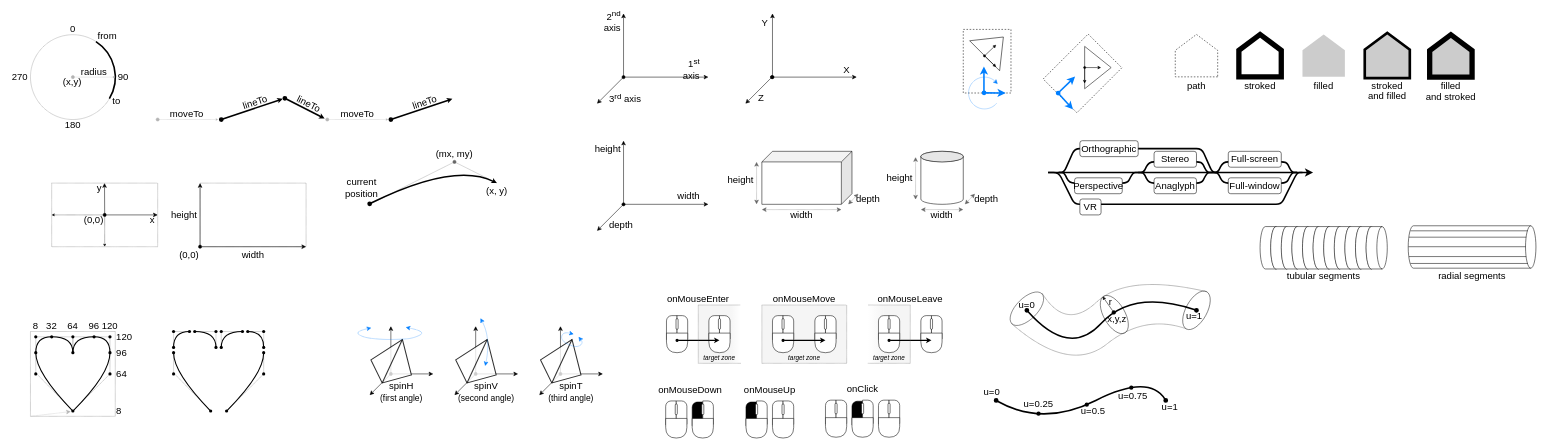
This is docs/images/images.drawio from boytchev/suica, a draw.io file, before an edit. Source tidied: cells renumbered, new cells numbered last; positions are measured from the earlier drawing's top-left corner, leaving out a move shared by most shapes. Both pictures are drawn from the tidied source at 53%, with x=0, y=0 at pixel (9, 13).
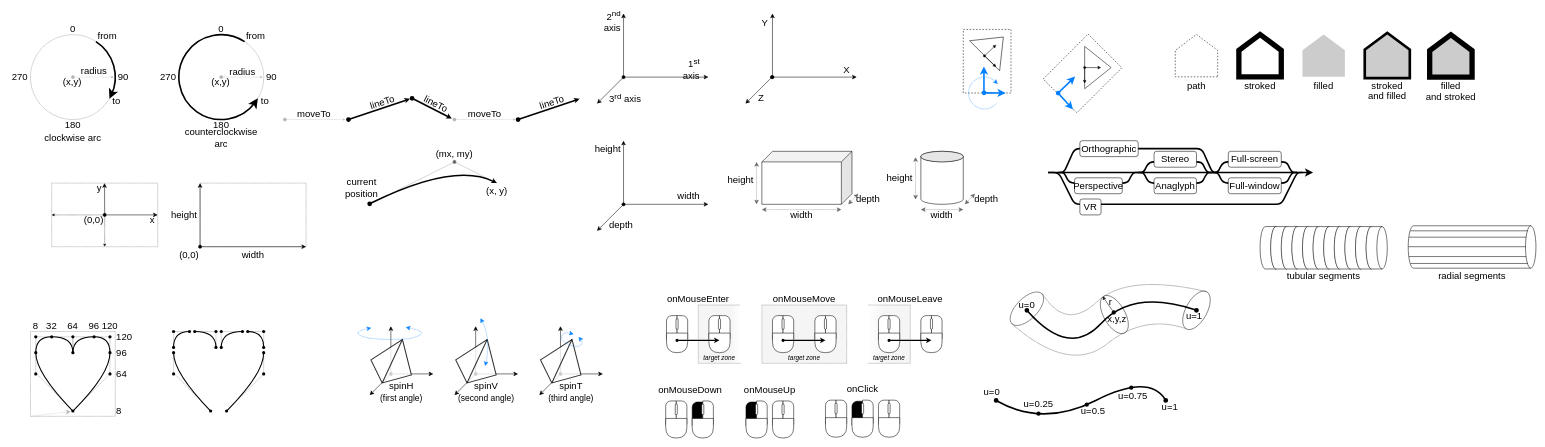
The same page after the edit.

What changed in the source:
```diff
@@
     <mxCell id="97" style="endArrow=classic;html=1;endFill=1;startArrow=oval;startFill=1;rounded=0;endSize=1;strokeWidth=3;" parent="1" edge="1">
       <mxGeometry relative="1" as="geometry">
-        <mxPoint x="400" y="200" as="sourcePoint" />
-        <mxPoint x="516" y="161" as="targetPoint" />
+        <mxPoint x="640" y="200" as="sourcePoint" />
+        <mxPoint x="756" y="161" as="targetPoint" />
       </mxGeometry>
     </mxCell>
     <mxCell id="98" style="endArrow=classic;html=1;endFill=1;startArrow=oval;startFill=1;rounded=0;endSize=1;strokeWidth=3;" parent="1" edge="1">
       <mxGeometry relative="1" as="geometry">
-        <mxPoint x="520" y="160" as="sourcePoint" />
-        <mxPoint x="595" y="198" as="targetPoint" />
+        <mxPoint x="760" y="160" as="sourcePoint" />
+        <mxPoint x="835" y="198" as="targetPoint" />
       </mxGeometry>
     </mxCell>
     <mxCell id="99" style="endArrow=oval;dashed=1;html=1;dashPattern=1 1;strokeColor=#B3B3B3;rounded=0;endFill=1;startArrow=classic;startFill=1;endSize=6;startSize=2;" parent="1" edge="1">
       <mxGeometry relative="1" as="geometry">
-        <mxPoint x="394" y="200" as="sourcePoint" />
-        <mxPoint x="280" y="200" as="targetPoint" />
+        <mxPoint x="634" y="200" as="sourcePoint" />
+        <mxPoint x="520" y="200" as="targetPoint" />
       </mxGeometry>
     </mxCell>
     <mxCell id="100" value="moveTo" style="text;html=1;strokeColor=none;fillColor=none;align=center;verticalAlign=middle;whiteSpace=wrap;rounded=0;fontFamily=Calibri;fontSize=18;rotation=0;" parent="1" vertex="1">
-      <mxGeometry x="300" y="174" width="70" height="30" as="geometry" />
+      <mxGeometry x="540" y="174" width="70" height="30" as="geometry" />
     </mxCell>
     <mxCell id="101" value="lineTo" style="text;html=1;strokeColor=none;fillColor=none;align=center;verticalAlign=middle;whiteSpace=wrap;rounded=0;fontFamily=Calibri;fontSize=18;rotation=-18;" parent="1" vertex="1">
-      <mxGeometry x="429" y="153" width="70" height="30" as="geometry" />
+      <mxGeometry x="669" y="153" width="70" height="30" as="geometry" />
     </mxCell>
     <mxCell id="102" value="lineTo" style="text;html=1;strokeColor=none;fillColor=none;align=center;verticalAlign=middle;whiteSpace=wrap;rounded=0;fontFamily=Calibri;fontSize=18;rotation=26.700000000000003;" parent="1" vertex="1">
-      <mxGeometry x="530" y="156" width="70" height="30" as="geometry" />
+      <mxGeometry x="770" y="156" width="70" height="30" as="geometry" />
     </mxCell>
     <mxCell id="103" style="endArrow=oval;dashed=1;html=1;dashPattern=1 1;strokeColor=#B3B3B3;rounded=0;endFill=1;startArrow=classic;startFill=1;endSize=6;startSize=2;" parent="1" edge="1">
       <mxGeometry relative="1" as="geometry">
-        <mxPoint x="715" y="200" as="sourcePoint" />
-        <mxPoint x="600" y="200" as="targetPoint" />
+        <mxPoint x="955" y="200" as="sourcePoint" />
+        <mxPoint x="840" y="200" as="targetPoint" />
       </mxGeometry>
     </mxCell>
     <mxCell id="104" value="moveTo" style="text;html=1;strokeColor=none;fillColor=none;align=center;verticalAlign=middle;whiteSpace=wrap;rounded=0;fontFamily=Calibri;fontSize=18;rotation=0;" parent="1" vertex="1">
-      <mxGeometry x="622" y="174" width="70" height="30" as="geometry" />
+      <mxGeometry x="862" y="174" width="70" height="30" as="geometry" />
     </mxCell>
     <mxCell id="105" value="lineTo" style="text;html=1;strokeColor=none;fillColor=none;align=center;verticalAlign=middle;whiteSpace=wrap;rounded=0;fontFamily=Calibri;fontSize=18;rotation=-18;" parent="1" vertex="1">
-      <mxGeometry x="749" y="153" width="70" height="30" as="geometry" />
+      <mxGeometry x="989" y="153" width="70" height="30" as="geometry" />
     </mxCell>
     <mxCell id="106" style="endArrow=classic;html=1;endFill=1;startArrow=oval;startFill=1;rounded=0;endSize=1;strokeWidth=3;" parent="1" edge="1">
       <mxGeometry relative="1" as="geometry">
-        <mxPoint x="720" y="200" as="sourcePoint" />
-        <mxPoint x="836" y="161" as="targetPoint" />
+        <mxPoint x="960" y="200" as="sourcePoint" />
+        <mxPoint x="1076" y="161" as="targetPoint" />
       </mxGeometry>
     </mxCell>
@@
-    <mxCell id="119" style="verticalLabelPosition=bottom;verticalAlign=top;html=1;shape=mxgraph.basic.arc;startAngle=0.09167527970021229;endAngle=0.33505168169141497;strokeColor=#000000;fillColor=none;strokeWidth=3;" parent="1" vertex="1">
+    <mxCell id="119" style="verticalLabelPosition=bottom;verticalAlign=top;html=1;shape=mxgraph.basic.arc;startAngle=0.09167527970021229;endAngle=0.3194913707725001;strokeColor=#000000;fillColor=none;strokeWidth=3;" parent="1" vertex="1">
       <mxGeometry x="40" y="40" width="160" height="160" as="geometry" />
     </mxCell>
@@
-    <mxCell id="122" style="endArrow=oval;dashed=1;html=1;dashPattern=1 1;strokeColor=#B3B3B3;rounded=0;endFill=1;startArrow=classic;startFill=1;endSize=6;startSize=2;" parent="1" edge="1" source="119">
+    <mxCell id="122" style="endArrow=oval;dashed=1;html=1;dashPattern=1 1;strokeColor=#B3B3B3;rounded=0;endFill=1;startArrow=classic;startFill=1;endSize=6;startSize=2;" parent="1" edge="1">
       <mxGeometry relative="1" as="geometry">
+        <mxPoint x="197" y="120" as="sourcePoint" />
         <mxPoint x="120" y="120" as="targetPoint" />
       </mxGeometry>
     </mxCell>
     <mxCell id="123" value="radius" style="text;html=1;strokeColor=none;fillColor=none;align=center;verticalAlign=middle;whiteSpace=wrap;rounded=0;fontFamily=Calibri;fontSize=18;rotation=0;" parent="1" vertex="1">
-      <mxGeometry x="120" y="100" width="80" height="21.5" as="geometry" />
+      <mxGeometry x="130" y="98.5" width="60" height="21.5" as="geometry" />
     </mxCell>
@@
+    <mxCell id="324" style="ellipse;whiteSpace=wrap;html=1;dashed=1;dashPattern=1 1;strokeColor=#666666;fillColor=none;" parent="1" vertex="1">
+      <mxGeometry x="320" y="40" width="160" height="160" as="geometry" />
+    </mxCell>
+    <mxCell id="325" value="0" style="text;html=1;strokeColor=none;fillColor=none;align=center;verticalAlign=middle;whiteSpace=wrap;rounded=0;fontFamily=Calibri;fontSize=18;" parent="1" vertex="1">
+      <mxGeometry x="370" y="20" width="60" height="20" as="geometry" />
+    </mxCell>
+    <mxCell id="326" value="90" style="text;html=1;strokeColor=none;fillColor=none;align=center;verticalAlign=middle;whiteSpace=wrap;rounded=0;fontFamily=Calibri;fontSize=18;" parent="1" vertex="1">
+      <mxGeometry x="480" y="110" width="30" height="20" as="geometry" />
+    </mxCell>
+    <mxCell id="327" value="180" style="text;html=1;strokeColor=none;fillColor=none;align=center;verticalAlign=middle;whiteSpace=wrap;rounded=0;fontFamily=Calibri;fontSize=18;" parent="1" vertex="1">
+      <mxGeometry x="370" y="200" width="60" height="20" as="geometry" />
+    </mxCell>
+    <mxCell id="328" value="270" style="text;html=1;strokeColor=none;fillColor=none;align=center;verticalAlign=middle;whiteSpace=wrap;rounded=0;fontFamily=Calibri;fontSize=18;" parent="1" vertex="1">
+      <mxGeometry x="280" y="110" width="40" height="20" as="geometry" />
+    </mxCell>
+    <mxCell id="329" style="verticalLabelPosition=bottom;verticalAlign=top;html=1;shape=mxgraph.basic.arc;startAngle=0.35019280527661395;endAngle=0.09257302690865336;strokeColor=#000000;fillColor=none;strokeWidth=3;" parent="1" vertex="1">
+      <mxGeometry x="320" y="40" width="160" height="160" as="geometry" />
+    </mxCell>
+    <mxCell id="330" value="from" style="text;html=1;strokeColor=none;fillColor=none;align=center;verticalAlign=middle;whiteSpace=wrap;rounded=0;fontFamily=Calibri;fontSize=18;" parent="1" vertex="1">
+      <mxGeometry x="440" y="33" width="50" height="20" as="geometry" />
+    </mxCell>
+    <mxCell id="331" value="to" style="text;html=1;strokeColor=none;fillColor=none;align=center;verticalAlign=middle;whiteSpace=wrap;rounded=0;fontFamily=Calibri;fontSize=18;" parent="1" vertex="1">
+      <mxGeometry x="465" y="156" width="35" height="20" as="geometry" />
+    </mxCell>
+    <mxCell id="332" style="endArrow=oval;dashed=1;html=1;dashPattern=1 1;strokeColor=#B3B3B3;rounded=0;endFill=1;startArrow=classic;startFill=1;endSize=6;startSize=2;" parent="1" edge="1">
+      <mxGeometry relative="1" as="geometry">
+        <mxPoint x="478" y="120" as="sourcePoint" />
+        <mxPoint x="400" y="120" as="targetPoint" />
+      </mxGeometry>
+    </mxCell>
+    <mxCell id="333" value="radius" style="text;html=1;strokeColor=none;fillColor=none;align=center;verticalAlign=middle;whiteSpace=wrap;rounded=0;fontFamily=Calibri;fontSize=18;rotation=0;" parent="1" vertex="1">
+      <mxGeometry x="410" y="100" width="60" height="21.5" as="geometry" />
+    </mxCell>
+    <mxCell id="334" value="(x,y)" style="text;html=1;strokeColor=none;fillColor=none;align=center;verticalAlign=middle;whiteSpace=wrap;rounded=0;fontFamily=Calibri;fontSize=18;rotation=0;" parent="1" vertex="1">
+      <mxGeometry x="364" y="115" width="70" height="30" as="geometry" />
+    </mxCell>
+    <mxCell id="335" value="clockwise arc" style="text;html=1;strokeColor=none;fillColor=none;align=center;verticalAlign=middle;whiteSpace=wrap;rounded=0;fontFamily=Calibri;fontSize=18;rotation=0;" parent="1" vertex="1">
+      <mxGeometry x="40" y="220" width="160" height="30" as="geometry" />
+    </mxCell>
+    <mxCell id="336" value="counterclockwise arc" style="text;html=1;strokeColor=none;fillColor=none;align=center;verticalAlign=middle;whiteSpace=wrap;rounded=0;fontFamily=Calibri;fontSize=18;rotation=0;" parent="1" vertex="1">
+      <mxGeometry x="320" y="220" width="160" height="30" as="geometry" />
+    </mxCell>
+    <mxCell id="337" style="endArrow=classic;startArrow=none;html=1;rounded=0;startFill=0;strokeWidth=4;" parent="1" edge="1">
+      <mxGeometry relative="1" as="geometry">
+        <mxPoint x="193" y="152" as="sourcePoint" />
+        <mxPoint x="189" y="161" as="targetPoint" />
+      </mxGeometry>
+    </mxCell>
+    <mxCell id="338" style="endArrow=classic;startArrow=none;html=1;rounded=0;startFill=0;strokeWidth=4;" parent="1" edge="1">
+      <mxGeometry relative="1" as="geometry">
+        <mxPoint x="465" y="166" as="sourcePoint" />
+        <mxPoint x="469" y="160" as="targetPoint" />
+      </mxGeometry>
+    </mxCell>
```
